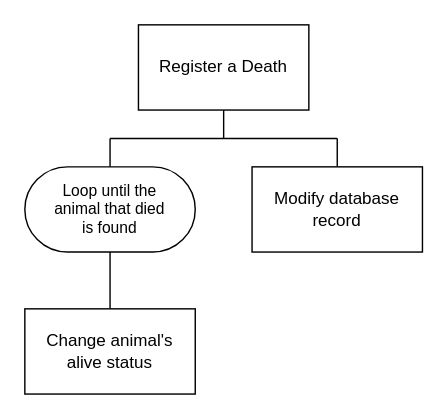
This is page "sd2" (9 of 11) of ah-cs/sdd/AH-SDD-Animals/assets/diagrams/AH-SDD-Animals.drawio from MrFriendCS/MrFriendCS.github.io, a draw.io file, before an edit. Source tidied: cells renumbered, new cells numbered last; positions are measured from the earlier drawing's top-left corner, leaving out a move shared by most shapes. Both pictures are drawn from the tidied source at 142%, with x=0, y=0 at pixel (24, 24).
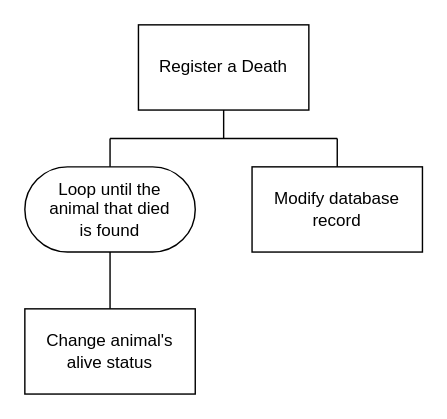
Above is the later version.

Diff of the diagram source:
```diff
@@
 <mxGraphModel>
   <root>
     <mxCell id="0" />
     <mxCell id="1" parent="0" />
     <mxCell id="2" style="edgeStyle=orthogonalEdgeStyle;rounded=0;jettySize=auto;html=1;exitX=0.5;exitY=1;exitDx=0;exitDy=0;endArrow=none;endFill=0;" parent="1" edge="1" source="3">
       <mxGeometry relative="1" as="geometry">
         <mxPoint x="140" y="80" as="targetPoint" />
       </mxGeometry>
     </mxCell>
     <mxCell id="3" value="Register a Death" style="rounded=0;whiteSpace=wrap;html=1;fillColor=none;" parent="1" vertex="1">
       <mxGeometry x="80" width="120" height="60" as="geometry" />
     </mxCell>
     <mxCell id="4" style="edgeStyle=orthogonalEdgeStyle;shape=connector;rounded=0;jettySize=auto;html=1;exitX=0.5;exitY=0;exitDx=0;exitDy=0;strokeColor=default;align=center;verticalAlign=middle;fontFamily=Helvetica;fontSize=11;fontColor=default;labelBackgroundColor=default;endArrow=none;endFill=0;" parent="1" edge="1" source="5">
       <mxGeometry relative="1" as="geometry">
         <mxPoint x="220" y="80" as="targetPoint" />
       </mxGeometry>
     </mxCell>
     <mxCell id="5" value="Modify database&lt;div&gt;record&lt;/div&gt;" style="rounded=0;whiteSpace=wrap;html=1;fillColor=none;" parent="1" vertex="1">
       <mxGeometry x="160" y="100" width="120" height="60" as="geometry" />
     </mxCell>
     <mxCell id="6" style="endArrow=none;html=1;rounded=0;" parent="1" edge="1">
       <mxGeometry relative="1" as="geometry">
         <mxPoint x="60" y="80" as="sourcePoint" />
         <mxPoint x="220" y="80" as="targetPoint" />
       </mxGeometry>
     </mxCell>
     <mxCell id="7" style="edgeStyle=none;shape=connector;rounded=0;jettySize=auto;html=1;exitX=0.5;exitY=0;exitDx=0;exitDy=0;strokeColor=default;align=center;verticalAlign=middle;fontFamily=Helvetica;fontSize=11;fontColor=default;labelBackgroundColor=default;endArrow=none;endFill=0;" parent="1" edge="1" source="8" target="10">
       <mxGeometry relative="1" as="geometry" />
     </mxCell>
     <mxCell id="8" value="Change animal's&lt;div&gt;alive status&lt;/div&gt;" style="rounded=0;whiteSpace=wrap;html=1;fillColor=none;" parent="1" vertex="1">
       <mxGeometry y="200" width="120" height="60" as="geometry" />
     </mxCell>
     <mxCell id="9" style="edgeStyle=none;shape=connector;rounded=0;jettySize=auto;html=1;exitX=0.5;exitY=0;exitDx=0;exitDy=0;strokeColor=default;align=center;verticalAlign=middle;fontFamily=Helvetica;fontSize=11;fontColor=default;labelBackgroundColor=default;endArrow=none;endFill=0;" parent="1" edge="1" source="10">
       <mxGeometry relative="1" as="geometry">
         <mxPoint x="60" y="80" as="targetPoint" />
       </mxGeometry>
     </mxCell>
-    <mxCell id="10" value="Loop until the&lt;div&gt;&lt;span style=&quot;background-color: light-dark(#ffffff, var(--ge-dark-color, #121212)); color: light-dark(rgb(0, 0, 0), rgb(255, 255, 255));&quot;&gt;animal that died&lt;/span&gt;&lt;/div&gt;&lt;div&gt;&lt;span style=&quot;background-color: light-dark(#ffffff, var(--ge-dark-color, #121212)); color: light-dark(rgb(0, 0, 0), rgb(255, 255, 255));&quot;&gt;is found&lt;/span&gt;&lt;/div&gt;" style="rounded=1;whiteSpace=wrap;html=1;fontFamily=Helvetica;fontSize=11;fontColor=default;labelBackgroundColor=default;arcSize=50;fillColor=none;" parent="1" vertex="1">
+    <mxCell id="10" value="&lt;font style=&quot;font-size: 12px;&quot;&gt;Loop until the&lt;/font&gt;&lt;div&gt;&lt;span style=&quot;background-color: light-dark(#ffffff, var(--ge-dark-color, #121212)); color: light-dark(rgb(0, 0, 0), rgb(255, 255, 255));&quot;&gt;&lt;font style=&quot;font-size: 12px;&quot;&gt;animal that died&lt;/font&gt;&lt;/span&gt;&lt;/div&gt;&lt;div&gt;&lt;span style=&quot;background-color: light-dark(#ffffff, var(--ge-dark-color, #121212)); color: light-dark(rgb(0, 0, 0), rgb(255, 255, 255));&quot;&gt;&lt;font style=&quot;font-size: 12px;&quot;&gt;is found&lt;/font&gt;&lt;/span&gt;&lt;/div&gt;" style="rounded=1;whiteSpace=wrap;html=1;fontFamily=Helvetica;fontSize=11;fontColor=default;labelBackgroundColor=default;arcSize=50;fillColor=none;" parent="1" vertex="1">
       <mxGeometry y="100" width="120" height="60" as="geometry" />
     </mxCell>
   </root>
 </mxGraphModel>
```
